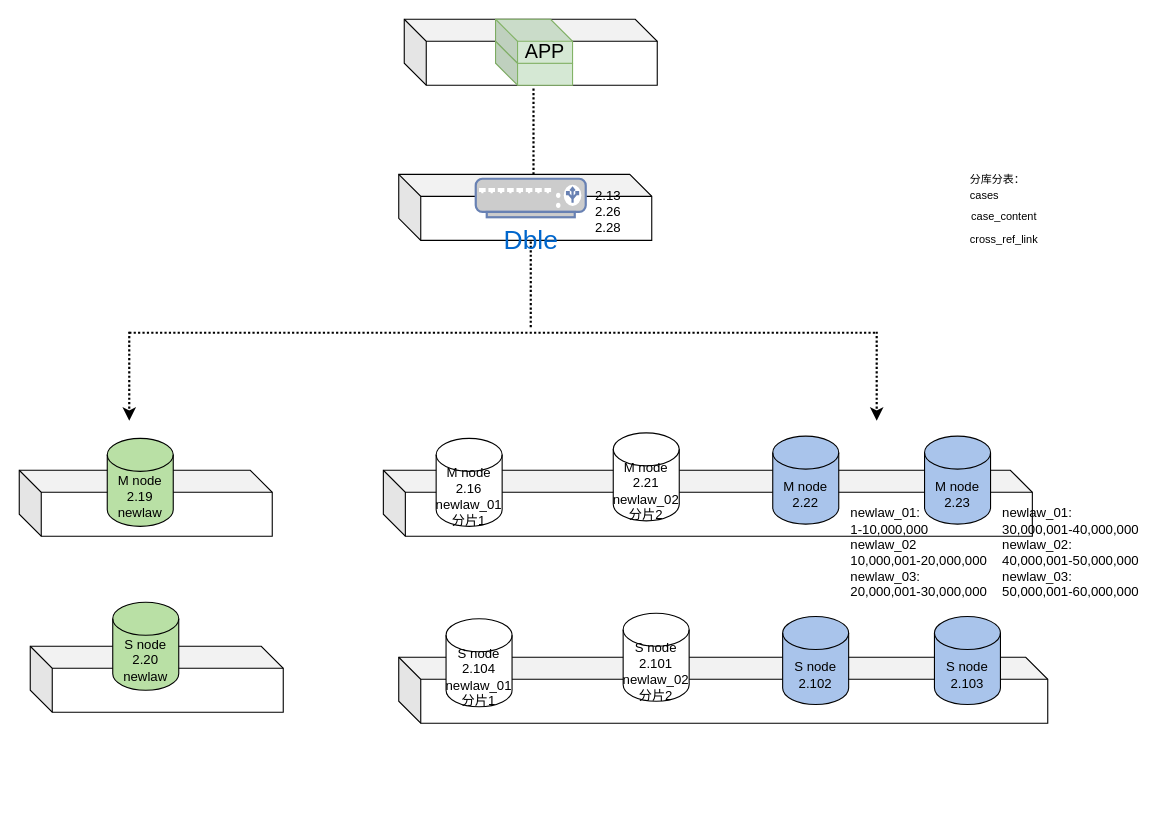
Above: dble.drawio in leiting6/diagrams (draw.io), before the change. Source tidied: cells renumbered, new cells numbered last; positions are measured from the earlier drawing's top-left corner, leaving out a move shared by most shapes. Both pictures are drawn from the tidied source at 110%, with x=0, y=0 at pixel (19, 19).
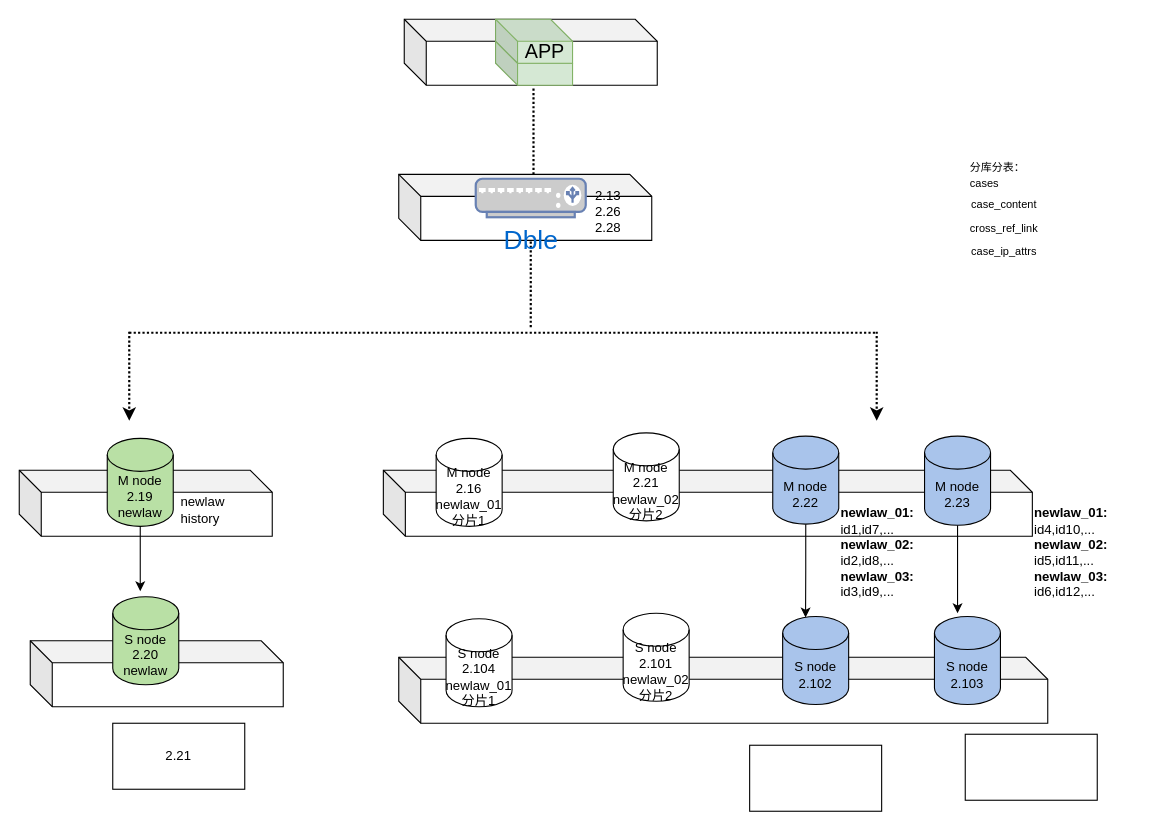
After the change.

The change refers to these unchanged cells:
```xml
<mxCell id="4" value="M node 2.22" style="shape=cylinder3;whiteSpace=wrap;html=1;boundedLbl=1;backgroundOutline=1;size=15;fillColor=#A9C4EB;" parent="1" vertex="1">
  <mxGeometry x="685" y="379" width="60" height="80" as="geometry" />
</mxCell>
<mxCell id="8" value="M node 2.19&lt;br&gt;newlaw" style="shape=cylinder3;whiteSpace=wrap;html=1;boundedLbl=1;backgroundOutline=1;size=15;fillColor=#B9E0A5;" parent="1" vertex="1">
  <mxGeometry x="80" y="381" width="60" height="80" as="geometry" />
</mxCell>
<mxCell id="15" value="S node 2.102" style="shape=cylinder3;whiteSpace=wrap;html=1;boundedLbl=1;backgroundOutline=1;size=15;fillColor=#A9C4EB;" parent="1" vertex="1">
  <mxGeometry x="694" y="543" width="60" height="80" as="geometry" />
</mxCell>
```

Diff of the diagram source:
```diff
@@
+    <mxCell id="30" style="edgeStyle=orthogonalEdgeStyle;rounded=0;jettySize=auto;html=1;exitX=0.5;exitY=1;exitDx=0;exitDy=0;exitPerimeter=0;entryX=0.347;entryY=0.01;entryDx=0;entryDy=0;entryPerimeter=0;" parent="1" edge="1" source="4" target="15">
+      <mxGeometry relative="1" as="geometry" />
+    </mxCell>
@@
+    <mxCell id="31" style="edgeStyle=orthogonalEdgeStyle;rounded=0;jettySize=auto;html=1;exitX=0.5;exitY=1;exitDx=0;exitDy=0;exitPerimeter=0;" parent="1" edge="1" source="5">
+      <mxGeometry relative="1" as="geometry">
+        <mxPoint x="853" y="540" as="targetPoint" />
+      </mxGeometry>
+    </mxCell>
     <mxCell id="5" value="M node 2.23" style="shape=cylinder3;whiteSpace=wrap;html=1;boundedLbl=1;backgroundOutline=1;size=15;fillColor=#A9C4EB;" parent="1" vertex="1">
-      <mxGeometry x="823" y="379" width="60" height="80" as="geometry" />
+      <mxGeometry x="823" y="379" width="60" height="81" as="geometry" />
     </mxCell>
@@
+    <mxCell id="32" style="edgeStyle=orthogonalEdgeStyle;rounded=0;jettySize=auto;html=1;exitX=0.5;exitY=1;exitDx=0;exitDy=0;exitPerimeter=0;" parent="1" edge="1" source="8">
+      <mxGeometry relative="1" as="geometry">
+        <mxPoint x="110" y="520" as="targetPoint" />
+      </mxGeometry>
+    </mxCell>
@@
-    <mxCell id="9" value="newlaw_01:&lt;br&gt;1-10,000,000&lt;br&gt;newlaw_02&lt;br&gt;10,000,001-20,000,000&lt;br&gt;newlaw_03:&lt;br&gt;20,000,001-30,000,000" style="text;html=1;align=left;verticalAlign=middle;fillColor=none;strokeColor=none;rounded=0;" parent="1" vertex="1">
-      <mxGeometry x="754" y="440" width="140" height="90" as="geometry" />
+    <mxCell id="9" value="&lt;b&gt;newlaw_01:&lt;/b&gt;&lt;br&gt;id1,id7,...&lt;br&gt;&lt;b&gt;newlaw_02:&lt;/b&gt;&lt;br&gt;id2,id8,...&lt;br&gt;&lt;b&gt;newlaw_03:&lt;/b&gt;&lt;br&gt;id3,id9,..." style="text;html=1;align=left;verticalAlign=middle;fillColor=none;strokeColor=none;rounded=0;" parent="1" vertex="1">
+      <mxGeometry x="745" y="440" width="80" height="90" as="geometry" />
     </mxCell>
-    <mxCell id="10" value="newlaw_01:&lt;br&gt;30,000,001-40,000,000&lt;br&gt;newlaw_02:&lt;br&gt;40,000,001-50,000,000&lt;br&gt;newlaw_03:&lt;br&gt;50,000,001-60,000,000" style="text;html=1;align=left;verticalAlign=middle;fillColor=none;strokeColor=none;rounded=0;" parent="1" vertex="1">
-      <mxGeometry x="892" y="440" width="140" height="90" as="geometry" />
+    <mxCell id="10" value="&lt;b&gt;newlaw_01:&lt;/b&gt;&lt;br&gt;id4,id10,...&lt;br&gt;&lt;b&gt;newlaw_02:&lt;br&gt;&lt;/b&gt;id5,id11,...&lt;br&gt;&lt;b&gt;newlaw_03:&lt;br&gt;&lt;/b&gt;id6,id12,..." style="text;html=1;align=left;verticalAlign=middle;fillColor=none;strokeColor=none;rounded=0;" parent="1" vertex="1">
+      <mxGeometry x="921" y="440" width="80" height="90" as="geometry" />
     </mxCell>
     <mxCell id="11" style="shape=cube;whiteSpace=wrap;html=1;boundedLbl=1;backgroundOutline=1;darkOpacity=0.05;darkOpacity2=0.1;" parent="1" vertex="1">
-      <mxGeometry x="10" y="570" width="230" height="60" as="geometry" />
+      <mxGeometry x="10" y="565" width="230" height="60" as="geometry" />
     </mxCell>
     <mxCell id="12" value="S node 2.20&lt;br&gt;newlaw" style="shape=cylinder3;whiteSpace=wrap;html=1;boundedLbl=1;backgroundOutline=1;size=15;fillColor=#B9E0A5;" parent="1" vertex="1">
-      <mxGeometry x="85" y="530" width="60" height="80" as="geometry" />
+      <mxGeometry x="85" y="525" width="60" height="80" as="geometry" />
     </mxCell>
@@
-    <mxCell id="27" value="&lt;div style=&quot;text-align: left&quot;&gt;&lt;span style=&quot;font-size: 10px&quot;&gt;分库分表：&lt;/span&gt;&lt;/div&gt;&lt;font style=&quot;font-size: 10px&quot;&gt;&lt;div style=&quot;text-align: left&quot;&gt;&lt;span&gt;cases&lt;/span&gt;&lt;/div&gt;case_content&lt;br style=&quot;font-size: 10px&quot;&gt;cross_ref_link&lt;/font&gt;" style="text;html=1;align=center;verticalAlign=middle;fillColor=none;strokeColor=none;rounded=0;fontSize=18;fontColor=#000000;" parent="1" vertex="1">
-      <mxGeometry x="850" y="121" width="90" height="100" as="geometry" />
+    <mxCell id="27" value="&lt;div style=&quot;text-align: left&quot;&gt;&lt;span style=&quot;font-size: 10px&quot;&gt;分库分表：&lt;/span&gt;&lt;/div&gt;&lt;font style=&quot;font-size: 10px&quot;&gt;&lt;div style=&quot;text-align: left&quot;&gt;&lt;span&gt;cases&lt;/span&gt;&lt;/div&gt;case_content&lt;br style=&quot;font-size: 10px&quot;&gt;cross_ref_link&lt;br&gt;case_ip_attrs&lt;br&gt;&lt;/font&gt;" style="text;html=1;align=center;verticalAlign=middle;fillColor=none;strokeColor=none;rounded=0;fontSize=18;fontColor=#000000;" parent="1" vertex="1">
+      <mxGeometry x="850" y="111" width="90" height="120" as="geometry" />
     </mxCell>
@@
+    <mxCell id="33" value="newlaw&lt;br&gt;history" style="text;html=1;align=left;verticalAlign=middle;fillColor=none;strokeColor=none;rounded=0;" parent="1" vertex="1">
+      <mxGeometry x="145" y="431" width="60" height="30" as="geometry" />
+    </mxCell>
+    <mxCell id="34" value="2.21" style="rounded=0;whiteSpace=wrap;html=1;" parent="1" vertex="1">
+      <mxGeometry x="85" y="640" width="120" height="60" as="geometry" />
+    </mxCell>
+    <mxCell id="35" style="rounded=0;whiteSpace=wrap;html=1;" parent="1" vertex="1">
+      <mxGeometry x="664" y="660" width="120" height="60" as="geometry" />
+    </mxCell>
+    <mxCell id="36" style="rounded=0;whiteSpace=wrap;html=1;" parent="1" vertex="1">
+      <mxGeometry x="860" y="650" width="120" height="60" as="geometry" />
+    </mxCell>
```
